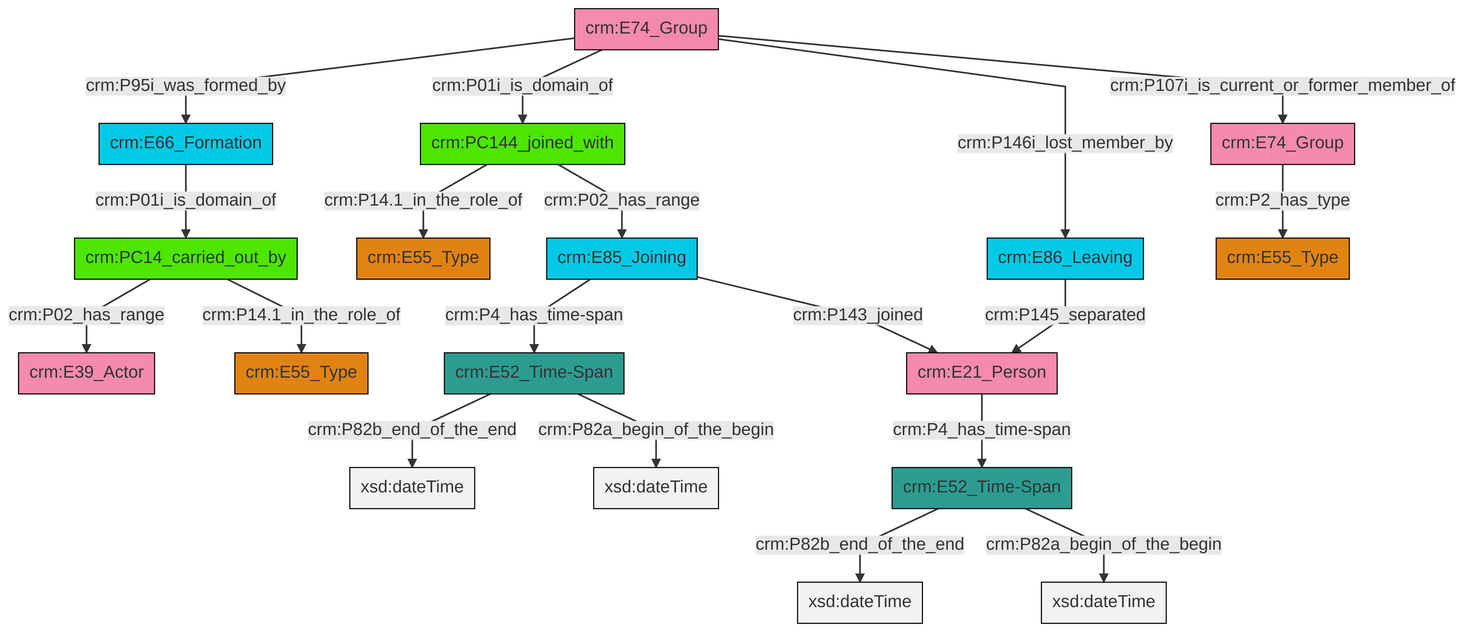
The Mermaid diagram et/groupCSV/ttl/mmd/png/group_actor_relations.png in swiss-art-research-net/reference-data-models, before a commit. Its source is kept beside it as et/groupCSV/ttl/mmd/group_actor_relations.ttl.mmd.
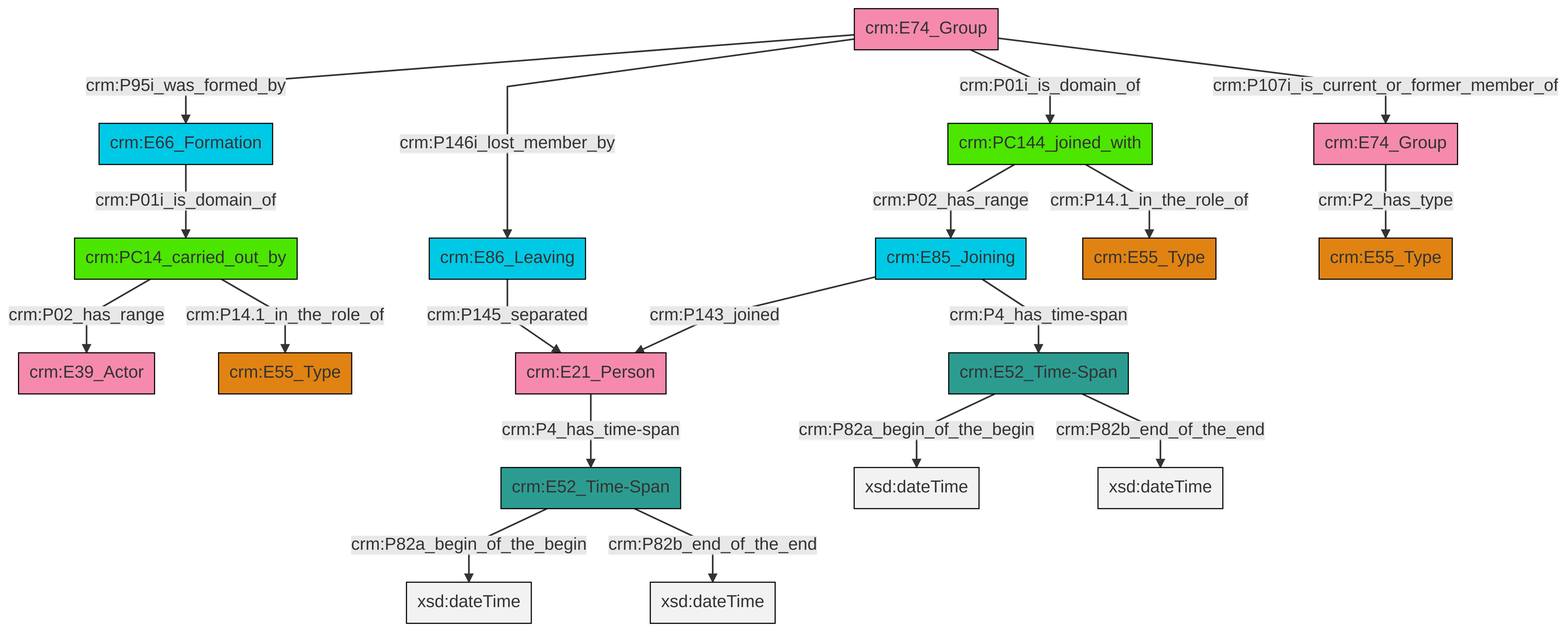
Above is the later version.

Change to the diagram source:
```diff
@@ -13,21 +13,21 @@
 classDef PC_Classes fill:#4ce600, stroke:#000000;
 classDef Multi fill:#cccccc,stroke:#000000;
 
-4["crm:E52_Time-Span"]:::Time-Span -->|crm:P82b_end_of_the_end| 5[xsd:dateTime]:::Literal
-6["crm:PC14_carried_out_by"]:::PC_Classes -->|crm:P02_has_range| 7["crm:E39_Actor"]:::Actor
-8["crm:E74_Group"]:::Actor -->|crm:P95i_was_formed_by| 9["crm:E66_Formation"]:::Temporal_Entity
-10["crm:E52_Time-Span"]:::Time-Span -->|crm:P82b_end_of_the_end| 11[xsd:dateTime]:::Literal
-6["crm:PC14_carried_out_by"]:::PC_Classes -->|crm:P14.1_in_the_role_of| 12["crm:E55_Type"]:::Type
-18["crm:E85_Joining"]:::Temporal_Entity -->|crm:P4_has_time-span| 10["crm:E52_Time-Span"]:::Time-Span
-10["crm:E52_Time-Span"]:::Time-Span -->|crm:P82a_begin_of_the_begin| 22[xsd:dateTime]:::Literal
-8["crm:E74_Group"]:::Actor -->|crm:P01i_is_domain_of| 23["crm:PC144_joined_with"]:::PC_Classes
-8["crm:E74_Group"]:::Actor -->|crm:P146i_lost_member_by| 15["crm:E86_Leaving"]:::Temporal_Entity
-15["crm:E86_Leaving"]:::Temporal_Entity -->|crm:P145_separated| 25["crm:E21_Person"]:::Actor
-9["crm:E66_Formation"]:::Temporal_Entity -->|crm:P01i_is_domain_of| 6["crm:PC14_carried_out_by"]:::PC_Classes
-23["crm:PC144_joined_with"]:::PC_Classes -->|crm:P14.1_in_the_role_of| 0["crm:E55_Type"]:::Type
-4["crm:E52_Time-Span"]:::Time-Span -->|crm:P82a_begin_of_the_begin| 28[xsd:dateTime]:::Literal
-20["crm:E74_Group"]:::Actor -->|crm:P2_has_type| 2["crm:E55_Type"]:::Type
-23["crm:PC144_joined_with"]:::PC_Classes -->|crm:P02_has_range| 18["crm:E85_Joining"]:::Temporal_Entity
-18["crm:E85_Joining"]:::Temporal_Entity -->|crm:P143_joined| 25["crm:E21_Person"]:::Actor
-8["crm:E74_Group"]:::Actor -->|crm:P107i_is_current_or_former_member_of| 20["crm:E74_Group"]:::Actor
-25["crm:E21_Person"]:::Actor -->|crm:P4_has_time-span| 4["crm:E52_Time-Span"]:::Time-Span
+0["crm:E66_Formation"]:::Temporal_Entity -->|crm:P01i_is_domain_of| 1["crm:PC14_carried_out_by"]:::PC_Classes
+7["crm:E74_Group"]:::Actor -->|crm:P2_has_type| 8["crm:E55_Type"]:::Type
+9["crm:E74_Group"]:::Actor -->|crm:P95i_was_formed_by| 0["crm:E66_Formation"]:::Temporal_Entity
+10["crm:PC144_joined_with"]:::PC_Classes -->|crm:P02_has_range| 11["crm:E85_Joining"]:::Temporal_Entity
+12["crm:E52_Time-Span"]:::Time-Span -->|crm:P82a_begin_of_the_begin| 13[xsd:dateTime]:::Literal
+12["crm:E52_Time-Span"]:::Time-Span -->|crm:P82b_end_of_the_end| 14[xsd:dateTime]:::Literal
+11["crm:E85_Joining"]:::Temporal_Entity -->|crm:P143_joined| 2["crm:E21_Person"]:::Actor
+18["crm:E86_Leaving"]:::Temporal_Entity -->|crm:P145_separated| 2["crm:E21_Person"]:::Actor
+20["crm:E52_Time-Span"]:::Time-Span -->|crm:P82a_begin_of_the_begin| 21[xsd:dateTime]:::Literal
+20["crm:E52_Time-Span"]:::Time-Span -->|crm:P82b_end_of_the_end| 22[xsd:dateTime]:::Literal
+9["crm:E74_Group"]:::Actor -->|crm:P146i_lost_member_by| 18["crm:E86_Leaving"]:::Temporal_Entity
+2["crm:E21_Person"]:::Actor -->|crm:P4_has_time-span| 12["crm:E52_Time-Span"]:::Time-Span
+10["crm:PC144_joined_with"]:::PC_Classes -->|crm:P14.1_in_the_role_of| 5["crm:E55_Type"]:::Type
+9["crm:E74_Group"]:::Actor -->|crm:P01i_is_domain_of| 10["crm:PC144_joined_with"]:::PC_Classes
+11["crm:E85_Joining"]:::Temporal_Entity -->|crm:P4_has_time-span| 20["crm:E52_Time-Span"]:::Time-Span
+1["crm:PC14_carried_out_by"]:::PC_Classes -->|crm:P02_has_range| 28["crm:E39_Actor"]:::Actor
+9["crm:E74_Group"]:::Actor -->|crm:P107i_is_current_or_former_member_of| 7["crm:E74_Group"]:::Actor
+1["crm:PC14_carried_out_by"]:::PC_Classes -->|crm:P14.1_in_the_role_of| 26["crm:E55_Type"]:::Type
```
